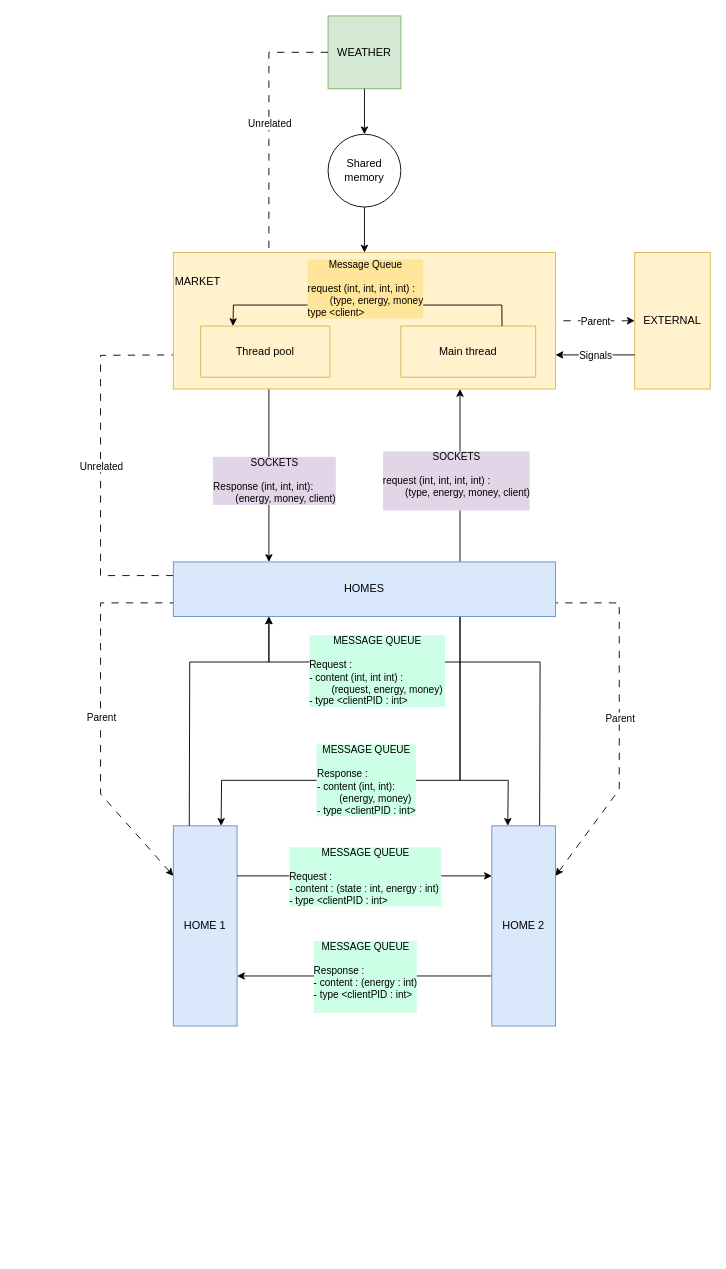
This is design/process_diagram.drawio from camileen/energy-market_project, a draw.io file, before an edit. Source tidied: cells renumbered, new cells numbered last; positions are measured from the earlier drawing's top-left corner, leaving out a move shared by most shapes. Both pictures are drawn from the tidied source at 91%, with x=0, y=0 at pixel (100, 15).
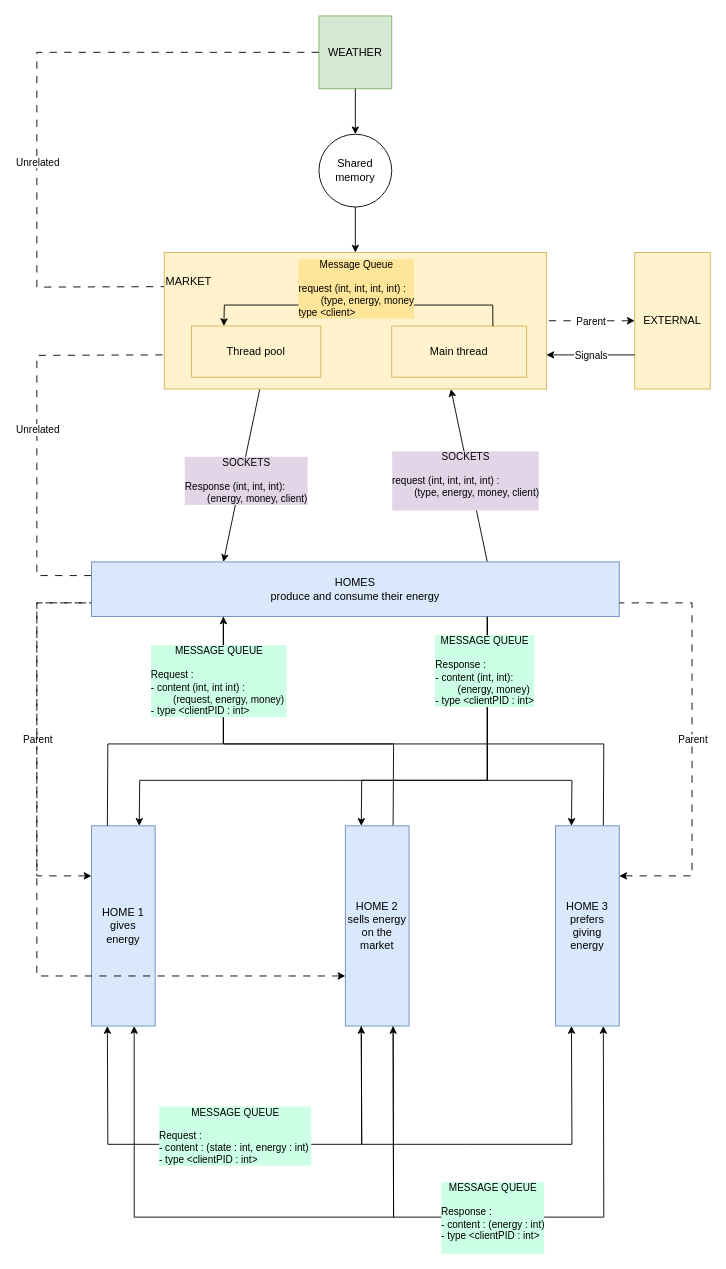
After the change.

Commit message (it also covers changes not shown here):
Update process_diagram : different homes

The change refers to these unchanged cells:
```xml
<mxCell id="36" value="&lt;div style=&quot;text-align: center;&quot;&gt;&lt;span style=&quot;background-color: initial;&quot;&gt;MARKET&lt;/span&gt;&lt;/div&gt;&lt;div style=&quot;text-align: center;&quot;&gt;&lt;span style=&quot;background-color: initial;&quot;&gt;&lt;br&gt;&lt;/span&gt;&lt;/div&gt;&lt;div style=&quot;text-align: center;&quot;&gt;&lt;span style=&quot;background-color: initial;&quot;&gt;&lt;br&gt;&lt;/span&gt;&lt;/div&gt;&lt;div style=&quot;text-align: center;&quot;&gt;&lt;span style=&quot;background-color: initial;&quot;&gt;&lt;br&gt;&lt;/span&gt;&lt;/div&gt;&lt;div style=&quot;text-align: center;&quot;&gt;&lt;span style=&quot;background-color: initial;&quot;&gt;&lt;br&gt;&lt;/span&gt;&lt;/div&gt;&lt;div style=&quot;text-align: center;&quot;&gt;&lt;span style=&quot;background-color: initial;&quot;&gt;&lt;br&gt;&lt;/span&gt;&lt;/div&gt;&lt;div style=&quot;text-align: center;&quot;&gt;&lt;span style=&quot;background-color: initial;&quot;&gt;&lt;br&gt;&lt;/span&gt;&lt;/div&gt;" style="whiteSpace=wrap;html=1;fillColor=#fff2cc;strokeColor=#d6b656;align=left;" parent="35" vertex="1">
  <mxGeometry width="420" height="150" as="geometry" />
</mxCell>
```

What changed in the source:
```diff
@@
+    <mxCell id="42" style="endArrow=classic;html=1;rounded=0;entryX=0.75;entryY=1;entryDx=0;entryDy=0;exitX=0.75;exitY=1;exitDx=0;exitDy=0;endFill=1;" parent="1" edge="1" source="23" target="44">
+      <mxGeometry relative="1" as="geometry">
+        <Array as="points">
+          <mxPoint x="322" y="1320" />
+          <mxPoint x="553" y="1320" />
+        </Array>
+      </mxGeometry>
+    </mxCell>
+    <mxCell id="43" style="endArrow=none;html=1;rounded=0;exitX=0.25;exitY=1;exitDx=0;exitDy=0;entryX=0.75;entryY=0;entryDx=0;entryDy=0;startArrow=none;startFill=0;endFill=0;" parent="1" edge="1" source="28" target="44">
+      <mxGeometry relative="1" as="geometry">
+        <Array as="points">
+          <mxPoint x="135" y="800" />
+          <mxPoint x="553" y="800" />
+        </Array>
+      </mxGeometry>
+    </mxCell>
-    <mxCell id="2" style="endArrow=none;html=1;rounded=0;exitX=0.25;exitY=1;exitDx=0;exitDy=0;entryX=0.75;entryY=0;entryDx=0;entryDy=0;startArrow=classic;startFill=1;endFill=0;" parent="1" edge="1" source="28" target="23">
+    <mxCell id="2" style="endArrow=none;html=1;rounded=0;exitX=0.25;exitY=1;exitDx=0;exitDy=0;entryX=0.75;entryY=0;entryDx=0;entryDy=0;startArrow=none;startFill=0;endFill=0;" parent="1" edge="1" source="28" target="23">
       <mxGeometry relative="1" as="geometry">
         <Array as="points">
-          <mxPoint x="185" y="710" />
-          <mxPoint x="340" y="710" />
-          <mxPoint x="483" y="710" />
+          <mxPoint x="135" y="800" />
+          <mxPoint x="322" y="800" />
         </Array>
       </mxGeometry>
     </mxCell>
     <mxCell id="3" value="WEATHER" style="whiteSpace=wrap;html=1;fillColor=#d5e8d4;strokeColor=#82b366;" parent="1" vertex="1">
-      <mxGeometry x="250" width="80" height="80" as="geometry" />
+      <mxGeometry x="240" width="80" height="80" as="geometry" />
     </mxCell>
@@
-    <mxCell id="8" style="endArrow=none;html=1;rounded=0;startArrow=none;startFill=0;entryX=0.25;entryY=0;entryDx=0;entryDy=0;dashed=1;dashPattern=8 8;endFill=0;exitX=0;exitY=0.5;exitDx=0;exitDy=0;" parent="1" edge="1" source="3" target="36">
+    <mxCell id="8" style="endArrow=none;html=1;rounded=0;startArrow=none;startFill=0;entryX=0;entryY=0.25;entryDx=0;entryDy=0;dashed=1;dashPattern=8 8;endFill=0;exitX=0;exitY=0.5;exitDx=0;exitDy=0;" parent="1" edge="1" source="3" target="36">
       <mxGeometry relative="1" as="geometry">
         <Array as="points">
-          <mxPoint x="185" y="40" />
+          <mxPoint x="-70" y="40" />
+          <mxPoint x="-70" y="298" />
         </Array>
       </mxGeometry>
     </mxCell>
     <mxCell id="9" value="Unrelated" style="edgeLabel;html=1;align=center;verticalAlign=middle;" parent="8" vertex="1">
-      <mxGeometry relative="1" as="geometry" />
+      <mxGeometry relative="1" as="geometry">
+        <mxPoint y="76" as="offset" />
+      </mxGeometry>
     </mxCell>
     <mxCell id="10" style="endArrow=none;html=1;rounded=0;startArrow=none;startFill=0;entryX=0;entryY=0.75;entryDx=0;entryDy=0;dashed=1;dashPattern=8 8;endFill=0;exitX=0;exitY=0.25;exitDx=0;exitDy=0;" parent="1" edge="1" source="28" target="36">
       <mxGeometry relative="1" as="geometry">
         <Array as="points">
-          <mxPoint y="615" />
-          <mxPoint y="373" />
+          <mxPoint x="-70" y="615" />
+          <mxPoint x="-70" y="373" />
         </Array>
       </mxGeometry>
     </mxCell>
@@
     <mxCell id="12" style="endArrow=none;html=1;rounded=0;startArrow=classic;startFill=1;endFill=0;exitX=0.25;exitY=0;exitDx=0;exitDy=0;entryX=0.25;entryY=1;entryDx=0;entryDy=0;" parent="1" edge="1" source="28" target="36">
-      <mxGeometry relative="1" as="geometry">
-        <Array as="points">
-          <mxPoint x="185" y="510" />
-        </Array>
-      </mxGeometry>
+      <mxGeometry relative="1" as="geometry" />
     </mxCell>
@@
-    <mxCell id="14" value="HOME 1" style="whiteSpace=wrap;html=1;fillColor=#dae8fc;strokeColor=#6c8ebf;" parent="1" vertex="1">
-      <mxGeometry x="80" y="890" width="70" height="220" as="geometry" />
+    <mxCell id="14" value="HOME 1&lt;br&gt;gives energy" style="whiteSpace=wrap;html=1;fillColor=#dae8fc;strokeColor=#6c8ebf;" parent="1" vertex="1">
+      <mxGeometry x="-10" y="890" width="70" height="220" as="geometry" />
     </mxCell>
-    <mxCell id="15" style="endArrow=none;html=1;rounded=0;startArrow=classic;startFill=1;exitX=1;exitY=0.75;exitDx=0;exitDy=0;entryX=0;entryY=0.75;entryDx=0;entryDy=0;endFill=0;" parent="1" edge="1" source="14" target="23">
-      <mxGeometry relative="1" as="geometry" />
+    <mxCell id="15" style="endArrow=classic;html=1;rounded=0;startArrow=classic;startFill=1;exitX=0.75;exitY=1;exitDx=0;exitDy=0;entryX=0.671;entryY=1;entryDx=0;entryDy=0;endFill=1;entryPerimeter=0;" parent="1" edge="1" source="23" target="14">
+      <mxGeometry relative="1" as="geometry">
+        <Array as="points">
+          <mxPoint x="322" y="1320" />
+          <mxPoint x="37" y="1320" />
+        </Array>
+      </mxGeometry>
     </mxCell>
     <mxCell id="16" value="&lt;span style=&quot;&quot;&gt;MESSAGE QUEUE&lt;br&gt;&lt;div style=&quot;text-align: left;&quot;&gt;&lt;br&gt;&lt;/div&gt;&lt;div style=&quot;text-align: left;&quot;&gt;Response :&lt;/div&gt;&lt;div style=&quot;text-align: left;&quot;&gt;- content : (energy : int)&lt;/div&gt;&lt;div style=&quot;text-align: left;&quot;&gt;- type &amp;lt;clientPID : int&amp;gt;&lt;/div&gt;&lt;/span&gt;&lt;div style=&quot;text-align: left;&quot;&gt;&lt;br&gt;&lt;/div&gt;" style="edgeLabel;html=1;align=center;verticalAlign=middle;labelBackgroundColor=#CCFFE6;" parent="15" vertex="1">
-      <mxGeometry relative="1" as="geometry" />
+      <mxGeometry relative="1" as="geometry">
+        <mxPoint x="251" as="offset" />
+      </mxGeometry>
     </mxCell>
-    <mxCell id="17" style="endArrow=classic;html=1;rounded=0;startArrow=none;startFill=0;exitX=1;exitY=0.25;exitDx=0;exitDy=0;entryX=0;entryY=0.25;entryDx=0;entryDy=0;" parent="1" edge="1" source="14" target="23">
-      <mxGeometry relative="1" as="geometry" />
+    <mxCell id="17" style="endArrow=classic;html=1;rounded=0;startArrow=classic;startFill=1;exitX=0.25;exitY=1;exitDx=0;exitDy=0;entryX=0.25;entryY=1;entryDx=0;entryDy=0;" parent="1" edge="1" source="14" target="23">
+      <mxGeometry relative="1" as="geometry">
+        <Array as="points">
+          <mxPoint x="8" y="1240" />
+          <mxPoint x="287" y="1240" />
+        </Array>
+      </mxGeometry>
     </mxCell>
     <mxCell id="18" value="&lt;span style=&quot;&quot;&gt;MESSAGE QUEUE&lt;br&gt;&lt;br&gt;&lt;div style=&quot;text-align: left;&quot;&gt;Request :&lt;/div&gt;&lt;div style=&quot;text-align: left;&quot;&gt;- content : (state : int, energy : int)&amp;nbsp;&lt;/div&gt;&lt;div style=&quot;text-align: left;&quot;&gt;- type &amp;lt;clientPID : int&amp;gt;&lt;/div&gt;&lt;/span&gt;" style="edgeLabel;html=1;align=center;verticalAlign=middle;labelBackgroundColor=#CCFFE6;" parent="17" vertex="1">
-      <mxGeometry relative="1" as="geometry" />
+      <mxGeometry relative="1" as="geometry">
+        <mxPoint y="-10" as="offset" />
+      </mxGeometry>
     </mxCell>
     <mxCell id="19" style="endArrow=none;html=1;rounded=0;startArrow=classic;startFill=1;entryX=0;entryY=0.75;entryDx=0;entryDy=0;dashed=1;dashPattern=8 8;endFill=0;exitX=0;exitY=0.25;exitDx=0;exitDy=0;" parent="1" edge="1" source="14" target="28">
       <mxGeometry relative="1" as="geometry">
         <Array as="points">
-          <mxPoint y="855" />
-          <mxPoint y="645" />
+          <mxPoint x="-70" y="945" />
+          <mxPoint x="-70" y="645" />
         </Array>
       </mxGeometry>
     </mxCell>
@@
     <mxCell id="21" style="endArrow=classic;html=1;rounded=0;startArrow=none;startFill=0;exitX=0.25;exitY=0;exitDx=0;exitDy=0;entryX=0.25;entryY=1;entryDx=0;entryDy=0;" parent="1" edge="1" source="14" target="28">
       <mxGeometry relative="1" as="geometry">
         <Array as="points">
-          <mxPoint x="98" y="710" />
-          <mxPoint x="185" y="710" />
+          <mxPoint x="8" y="800" />
+          <mxPoint x="135" y="800" />
         </Array>
       </mxGeometry>
     </mxCell>
     <mxCell id="22" value="&lt;span style=&quot;&quot;&gt;MESSAGE QUEUE&lt;br&gt;&lt;br&gt;&lt;div style=&quot;text-align: left;&quot;&gt;Request :&lt;/div&gt;&lt;div style=&quot;text-align: left;&quot;&gt;- content (int, int int) :&amp;nbsp;&lt;/div&gt;&lt;div style=&quot;text-align: left;&quot;&gt;&lt;span style=&quot;white-space: pre;&quot;&gt;&#9;&lt;/span&gt;(request, energy, money)&amp;nbsp;&lt;/div&gt;&lt;div style=&quot;text-align: left;&quot;&gt;- type &amp;lt;clientPID : int&amp;gt;&lt;/div&gt;&lt;/span&gt;" style="edgeLabel;html=1;align=center;verticalAlign=middle;labelBackgroundColor=#CCFFE6;" parent="21" vertex="1">
       <mxGeometry relative="1" as="geometry">
-        <mxPoint x="206" y="-12" as="offset" />
+        <mxPoint x="33" y="-70" as="offset" />
       </mxGeometry>
     </mxCell>
-    <mxCell id="23" value="HOME 2" style="whiteSpace=wrap;html=1;fillColor=#dae8fc;strokeColor=#6c8ebf;" parent="1" vertex="1">
-      <mxGeometry x="430" y="890" width="70" height="220" as="geometry" />
+    <mxCell id="23" value="HOME 2&lt;br&gt;sells energy on the market" style="whiteSpace=wrap;html=1;fillColor=#dae8fc;strokeColor=#6c8ebf;" parent="1" vertex="1">
+      <mxGeometry x="269" y="890" width="70" height="220" as="geometry" />
     </mxCell>
-    <mxCell id="24" style="endArrow=none;html=1;rounded=0;startArrow=classic;startFill=1;entryX=1;entryY=0.75;entryDx=0;entryDy=0;dashed=1;dashPattern=8 8;endFill=0;exitX=1;exitY=0.25;exitDx=0;exitDy=0;" parent="1" edge="1" source="23" target="28">
-      <mxGeometry relative="1" as="geometry">
-        <Array as="points">
-          <mxPoint x="570" y="850" />
-          <mxPoint x="570" y="645" />
-        </Array>
-      </mxGeometry>
-    </mxCell>
-    <mxCell id="25" value="Parent" style="edgeLabel;html=1;align=center;verticalAlign=middle;" parent="24" vertex="1">
-      <mxGeometry relative="1" as="geometry" />
-    </mxCell>
     <mxCell id="26" style="endArrow=classic;html=1;rounded=0;exitX=0.75;exitY=1;exitDx=0;exitDy=0;entryX=0.75;entryY=0;entryDx=0;entryDy=0;startArrow=none;startFill=0;endFill=1;" parent="1" edge="1" source="28" target="14">
       <mxGeometry relative="1" as="geometry">
         <Array as="points">
-          <mxPoint x="395" y="840" />
+          <mxPoint x="425" y="840" />
           <mxPoint x="260" y="840" />
-          <mxPoint x="133" y="840" />
+          <mxPoint x="43" y="840" />
         </Array>
       </mxGeometry>
     </mxCell>
     <mxCell id="27" style="endArrow=classic;html=1;rounded=0;exitX=0.75;exitY=1;exitDx=0;exitDy=0;entryX=0.25;entryY=0;entryDx=0;entryDy=0;startArrow=none;startFill=0;endFill=1;" parent="1" edge="1" source="28" target="23">
       <mxGeometry relative="1" as="geometry">
         <Array as="points">
-          <mxPoint x="395" y="840" />
-          <mxPoint x="448" y="840" />
+          <mxPoint x="425" y="840" />
+          <mxPoint x="287" y="840" />
         </Array>
       </mxGeometry>
     </mxCell>
-    <mxCell id="28" value="HOMES" style="rounded=0;whiteSpace=wrap;html=1;fillColor=#dae8fc;strokeColor=#6c8ebf;" parent="1" vertex="1">
-      <mxGeometry x="80" y="600" width="420" height="60" as="geometry" />
+    <mxCell id="28" value="HOMES&lt;br&gt;produce and consume their energy" style="rounded=0;whiteSpace=wrap;html=1;fillColor=#dae8fc;strokeColor=#6c8ebf;" parent="1" vertex="1">
+      <mxGeometry x="-10" y="600" width="580" height="60" as="geometry" />
     </mxCell>
-    <mxCell id="29" value="&lt;span style=&quot;&quot;&gt;MESSAGE QUEUE&lt;br&gt;&lt;br&gt;&lt;div style=&quot;text-align: left;&quot;&gt;Response :&lt;/div&gt;&lt;div style=&quot;text-align: left;&quot;&gt;- content (int, int):&amp;nbsp;&lt;/div&gt;&lt;div style=&quot;text-align: left;&quot;&gt;&lt;span style=&quot;white-space: pre;&quot;&gt;&#9;&lt;/span&gt;(energy, money)&amp;nbsp;&lt;/div&gt;&lt;div style=&quot;text-align: left;&quot;&gt;- type &amp;lt;clientPID : int&amp;gt;&lt;/div&gt;&lt;/span&gt;" style="edgeLabel;html=1;align=center;verticalAlign=middle;labelBackgroundColor=#CCFFE6;" parent="1" vertex="1">
-      <mxGeometry x="290" y="840" as="geometry">
-        <mxPoint x="1" y="-1" as="offset" />
-      </mxGeometry>
-    </mxCell>
@@
     <mxCell id="35" style="group;" parent="1" vertex="1">
-      <mxGeometry x="80" y="260" width="420" height="150" as="geometry" />
+      <mxGeometry x="70" y="260" width="420" height="150" as="geometry" />
     </mxCell>
@@
     <mxCell id="41" value="Shared&lt;br&gt;memory" style="ellipse;whiteSpace=wrap;html=1;labelBackgroundColor=#FFFFFF;fontColor=#000000;" parent="1" vertex="1">
-      <mxGeometry x="250" y="130" width="80" height="80" as="geometry" />
+      <mxGeometry x="240" y="130" width="80" height="80" as="geometry" />
     </mxCell>
+    <mxCell id="44" value="HOME 3&lt;br&gt;prefers giving energy" style="whiteSpace=wrap;html=1;fillColor=#dae8fc;strokeColor=#6c8ebf;" parent="1" vertex="1">
+      <mxGeometry x="500" y="890" width="70" height="220" as="geometry" />
+    </mxCell>
+    <mxCell id="45" style="endArrow=classic;html=1;rounded=0;exitX=0.75;exitY=1;exitDx=0;exitDy=0;entryX=0.25;entryY=0;entryDx=0;entryDy=0;startArrow=none;startFill=0;endFill=1;" parent="1" edge="1" source="28" target="44">
+      <mxGeometry relative="1" as="geometry">
+        <Array as="points">
+          <mxPoint x="425" y="840" />
+          <mxPoint x="518" y="840" />
+        </Array>
+      </mxGeometry>
+    </mxCell>
+    <mxCell id="29" value="&lt;span style=&quot;&quot;&gt;MESSAGE QUEUE&lt;br&gt;&lt;br&gt;&lt;div style=&quot;text-align: left;&quot;&gt;Response :&lt;/div&gt;&lt;div style=&quot;text-align: left;&quot;&gt;- content (int, int):&amp;nbsp;&lt;/div&gt;&lt;div style=&quot;text-align: left;&quot;&gt;&lt;span style=&quot;white-space: pre;&quot;&gt;&#9;&lt;/span&gt;(energy, money)&amp;nbsp;&lt;/div&gt;&lt;div style=&quot;text-align: left;&quot;&gt;- type &amp;lt;clientPID : int&amp;gt;&lt;/div&gt;&lt;/span&gt;" style="edgeLabel;html=1;align=center;verticalAlign=middle;labelBackgroundColor=#CCFFE6;" parent="1" vertex="1">
+      <mxGeometry x="420" y="720" as="geometry">
+        <mxPoint x="1" y="-1" as="offset" />
+      </mxGeometry>
+    </mxCell>
+    <mxCell id="46" style="endArrow=classic;html=1;rounded=0;exitX=0.25;exitY=1;exitDx=0;exitDy=0;entryX=0.25;entryY=1;entryDx=0;entryDy=0;endFill=1;" parent="1" edge="1" source="23" target="44">
+      <mxGeometry relative="1" as="geometry">
+        <Array as="points">
+          <mxPoint x="287" y="1240" />
+          <mxPoint x="400" y="1240" />
+          <mxPoint x="518" y="1240" />
+        </Array>
+      </mxGeometry>
+    </mxCell>
+    <mxCell id="47" style="endArrow=none;html=1;rounded=0;startArrow=classic;startFill=1;entryX=1;entryY=0.75;entryDx=0;entryDy=0;dashed=1;dashPattern=8 8;endFill=0;exitX=1;exitY=0.25;exitDx=0;exitDy=0;" parent="1" edge="1" source="44" target="28">
+      <mxGeometry relative="1" as="geometry">
+        <Array as="points">
+          <mxPoint x="650" y="945" />
+          <mxPoint x="650" y="645" />
+        </Array>
+      </mxGeometry>
+    </mxCell>
+    <mxCell id="25" value="Parent" style="edgeLabel;html=1;align=center;verticalAlign=middle;" parent="47" vertex="1">
+      <mxGeometry relative="1" as="geometry" />
+    </mxCell>
+    <mxCell id="24" style="endArrow=none;html=1;rounded=0;startArrow=classic;startFill=1;entryX=0;entryY=0.75;entryDx=0;entryDy=0;dashed=1;dashPattern=8 8;endFill=0;exitX=0;exitY=0.75;exitDx=0;exitDy=0;" parent="1" edge="1" source="23" target="28">
+      <mxGeometry relative="1" as="geometry">
+        <Array as="points">
+          <mxPoint x="-70" y="1055" />
+          <mxPoint x="-70" y="645" />
+        </Array>
+      </mxGeometry>
+    </mxCell>
```
